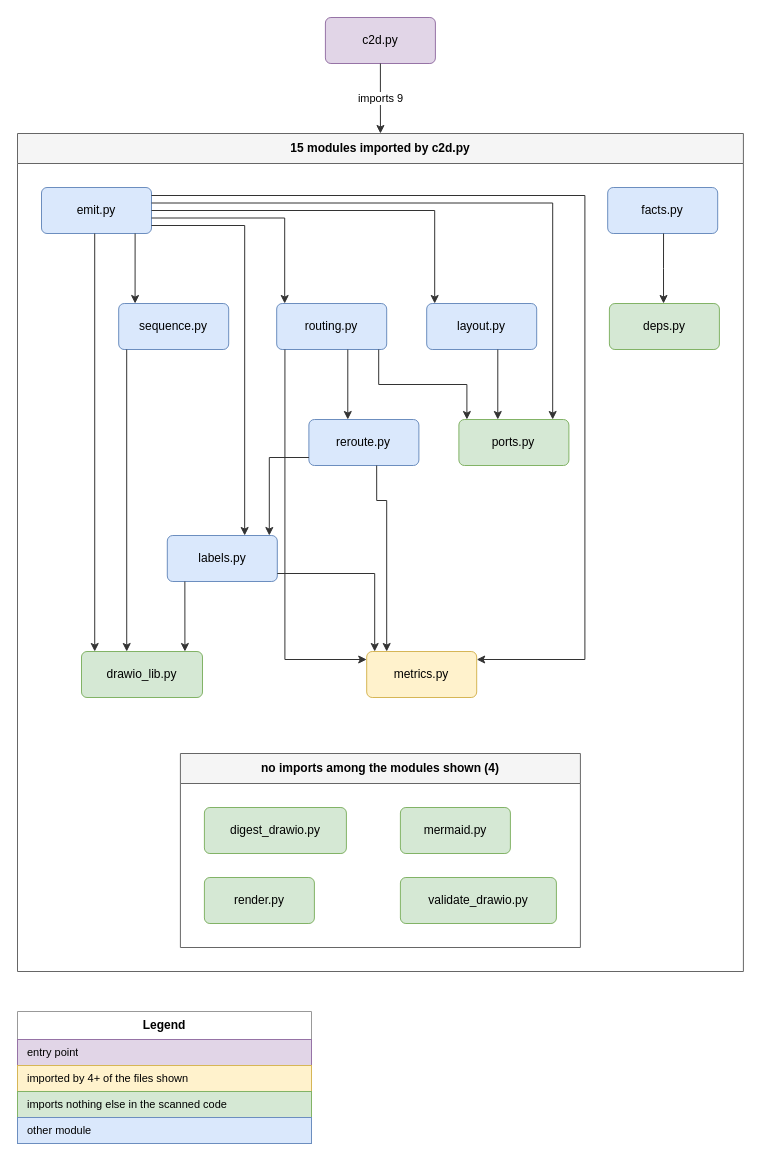
Before: examples/import-graph/import-graph.drawio in AIPris/code-to-diagram, a draw.io diagram. Source tidied: cells renumbered, new cells numbered last; positions are measured from the earlier drawing's top-left corner, leaving out a move shared by most shapes. Both pictures are drawn from the tidied source at 100%, with x=0, y=0 at pixel (17, 17).
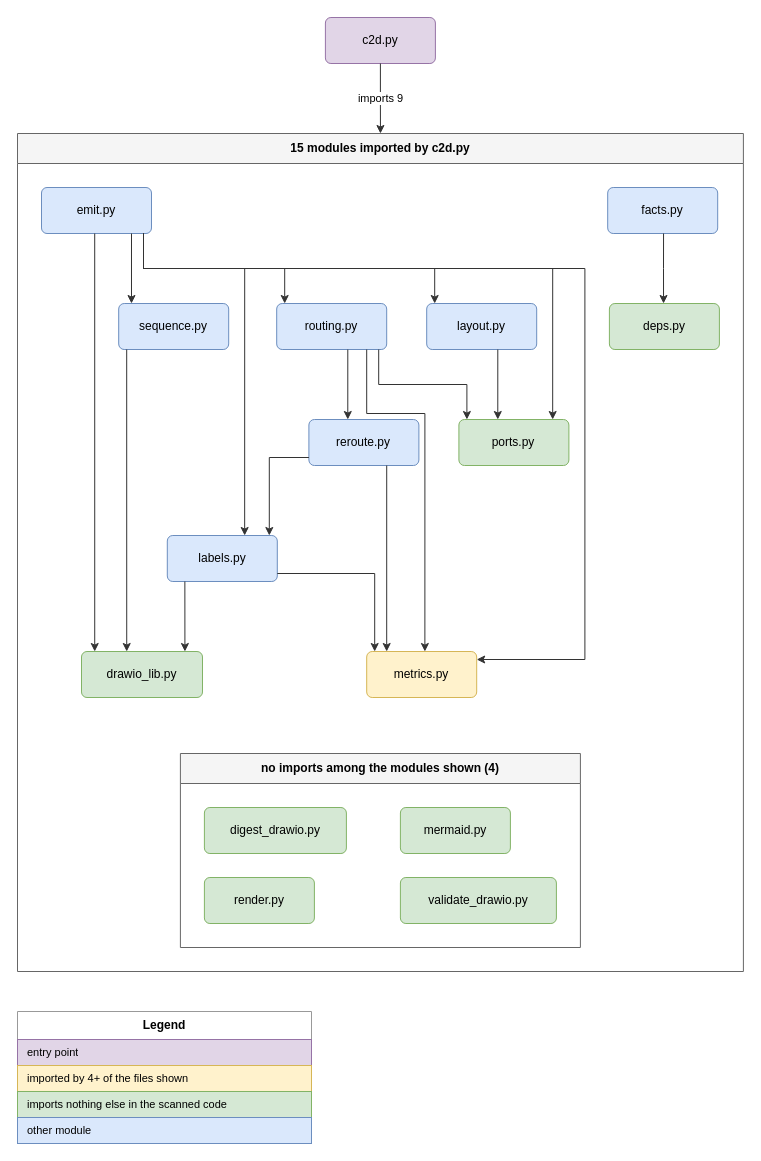
The same diagram, later.

The change refers to these unchanged cells:
```xml
<mxCell id="6" value="emit.py" style="rounded=1;whiteSpace=wrap;html=1;arcSize=12;fillColor=#dae8fc;strokeColor=#6c8ebf;fontSize=12;" parent="2" vertex="1">
  <mxGeometry x="24" y="54" width="110" height="46" as="geometry" />
</mxCell>
<mxCell id="8" value="labels.py" style="rounded=1;whiteSpace=wrap;html=1;arcSize=12;fillColor=#dae8fc;strokeColor=#6c8ebf;fontSize=12;" parent="2" vertex="1">
  <mxGeometry x="149.8" y="402" width="110" height="46" as="geometry" />
</mxCell>
<mxCell id="9" value="layout.py" style="rounded=1;whiteSpace=wrap;html=1;arcSize=12;fillColor=#dae8fc;strokeColor=#6c8ebf;fontSize=12;" parent="2" vertex="1">
  <mxGeometry x="409.2" y="170" width="110" height="46" as="geometry" />
</mxCell>
<mxCell id="10" value="metrics.py" style="rounded=1;whiteSpace=wrap;html=1;arcSize=12;fillColor=#fff2cc;strokeColor=#d6b656;fontSize=12;" parent="2" vertex="1">
  <mxGeometry x="349.2" y="518" width="110" height="46" as="geometry" />
</mxCell>
<mxCell id="11" value="ports.py" style="rounded=1;whiteSpace=wrap;html=1;arcSize=12;fillColor=#d5e8d4;strokeColor=#82b366;fontSize=12;" parent="2" vertex="1">
  <mxGeometry x="441.4" y="286" width="110" height="46" as="geometry" />
</mxCell>
<mxCell id="12" value="reroute.py" style="rounded=1;whiteSpace=wrap;html=1;arcSize=12;fillColor=#dae8fc;strokeColor=#6c8ebf;fontSize=12;" parent="2" vertex="1">
  <mxGeometry x="291.4" y="286" width="110" height="46" as="geometry" />
</mxCell>
<mxCell id="13" value="routing.py" style="rounded=1;whiteSpace=wrap;html=1;arcSize=12;fillColor=#dae8fc;strokeColor=#6c8ebf;fontSize=12;" parent="2" vertex="1">
  <mxGeometry x="259.2" y="170" width="110" height="46" as="geometry" />
</mxCell>
<mxCell id="14" value="sequence.py" style="rounded=1;whiteSpace=wrap;html=1;arcSize=12;fillColor=#dae8fc;strokeColor=#6c8ebf;fontSize=12;" parent="2" vertex="1">
  <mxGeometry x="101.2" y="170" width="110" height="46" as="geometry" />
</mxCell>
```

The edit, as a diff of the source:
```diff
@@
-    <mxCell id="22" style="edgeStyle=orthogonalEdgeStyle;rounded=0;html=1;strokeColor=#333333;fontSize=11;labelBackgroundColor=#ffffff;endArrow=classic;exitX=1.0000;exitY=0.5000;exitDx=0;exitDy=0;entryX=0.0727;entryY=0.0000;entryDx=0;entryDy=0;" parent="1" edge="1" source="6" target="9">
-      <mxGeometry relative="1" as="geometry" />
+    <mxCell id="22" style="edgeStyle=orthogonalEdgeStyle;rounded=0;html=1;strokeColor=#333333;fontSize=11;labelBackgroundColor=#ffffff;endArrow=classic;exitX=0.9273;exitY=1.0000;exitDx=0;exitDy=0;entryX=0.0727;entryY=0.0000;entryDx=0;entryDy=0;" parent="1" edge="1" source="6" target="9">
+      <mxGeometry relative="1" as="geometry">
+        <Array as="points">
+          <mxPoint x="126" y="251" />
+          <mxPoint x="417.2" y="251" />
+        </Array>
+      </mxGeometry>
     </mxCell>
-    <mxCell id="23" style="edgeStyle=orthogonalEdgeStyle;rounded=0;html=1;strokeColor=#333333;fontSize=11;labelBackgroundColor=#ffffff;endArrow=classic;exitX=1.0000;exitY=0.3370;exitDx=0;exitDy=0;entryX=0.8525;entryY=0.0000;entryDx=0;entryDy=0;" parent="1" edge="1" source="6" target="11">
+    <mxCell id="23" style="edgeStyle=orthogonalEdgeStyle;rounded=0;html=1;strokeColor=#333333;fontSize=11;labelBackgroundColor=#ffffff;endArrow=classic;exitX=0.9273;exitY=1.0000;exitDx=0;exitDy=0;entryX=0.8525;entryY=0.0000;entryDx=0;entryDy=0;" parent="1" edge="1" source="6" target="11">
       <mxGeometry relative="1" as="geometry">
         <Array as="points">
-          <mxPoint x="535.2" y="185.5" />
+          <mxPoint x="126" y="251" />
+          <mxPoint x="535.2" y="251" />
         </Array>
       </mxGeometry>
     </mxCell>
-    <mxCell id="24" style="edgeStyle=orthogonalEdgeStyle;rounded=0;html=1;strokeColor=#333333;fontSize=11;labelBackgroundColor=#ffffff;endArrow=classic;exitX=1.0000;exitY=0.6630;exitDx=0;exitDy=0;entryX=0.0727;entryY=0.0000;entryDx=0;entryDy=0;" parent="1" edge="1" source="6" target="13">
-      <mxGeometry relative="1" as="geometry" />
+    <mxCell id="24" style="edgeStyle=orthogonalEdgeStyle;rounded=0;html=1;strokeColor=#333333;fontSize=11;labelBackgroundColor=#ffffff;endArrow=classic;exitX=0.9273;exitY=1.0000;exitDx=0;exitDy=0;entryX=0.0727;entryY=0.0000;entryDx=0;entryDy=0;" parent="1" edge="1" source="6" target="13">
+      <mxGeometry relative="1" as="geometry">
+        <Array as="points">
+          <mxPoint x="126" y="251" />
+          <mxPoint x="267.2" y="251" />
+        </Array>
+      </mxGeometry>
     </mxCell>
-    <mxCell id="25" style="edgeStyle=orthogonalEdgeStyle;rounded=0;html=1;strokeColor=#333333;fontSize=11;labelBackgroundColor=#ffffff;endArrow=classic;exitX=0.8510;exitY=1.0000;exitDx=0;exitDy=0;entryX=0.1490;entryY=0.0000;entryDx=0;entryDy=0;" parent="1" edge="1" source="6" target="14">
+    <mxCell id="25" style="edgeStyle=orthogonalEdgeStyle;rounded=0;html=1;strokeColor=#333333;fontSize=11;labelBackgroundColor=#ffffff;endArrow=classic;exitX=0.8182;exitY=1.0000;exitDx=0;exitDy=0;entryX=0.1163;entryY=0.0000;entryDx=0;entryDy=0;" parent="1" edge="1" source="6" target="14">
       <mxGeometry relative="1" as="geometry" />
     </mxCell>
-    <mxCell id="26" style="edgeStyle=orthogonalEdgeStyle;rounded=0;html=1;strokeColor=#333333;fontSize=11;labelBackgroundColor=#ffffff;endArrow=classic;exitX=1.0000;exitY=0.8261;exitDx=0;exitDy=0;entryX=0.7033;entryY=0.0000;entryDx=0;entryDy=0;" parent="1" edge="1" source="6" target="8">
+    <mxCell id="26" style="edgeStyle=orthogonalEdgeStyle;rounded=0;html=1;strokeColor=#333333;fontSize=11;labelBackgroundColor=#ffffff;endArrow=classic;exitX=0.9273;exitY=1.0000;exitDx=0;exitDy=0;entryX=0.7033;entryY=0.0000;entryDx=0;entryDy=0;" parent="1" edge="1" source="6" target="8">
       <mxGeometry relative="1" as="geometry">
         <Array as="points">
-          <mxPoint x="227.2" y="208" />
+          <mxPoint x="126" y="251" />
+          <mxPoint x="227.2" y="251" />
         </Array>
       </mxGeometry>
     </mxCell>
-    <mxCell id="27" style="edgeStyle=orthogonalEdgeStyle;rounded=0;html=1;strokeColor=#333333;fontSize=11;labelBackgroundColor=#ffffff;endArrow=classic;exitX=1.0000;exitY=0.1739;exitDx=0;exitDy=0;entryX=1.0000;entryY=0.1739;entryDx=0;entryDy=0;" parent="1" edge="1" source="6" target="10">
+    <mxCell id="27" style="edgeStyle=orthogonalEdgeStyle;rounded=0;html=1;strokeColor=#333333;fontSize=11;labelBackgroundColor=#ffffff;endArrow=classic;exitX=0.9273;exitY=1.0000;exitDx=0;exitDy=0;entryX=1.0000;entryY=0.1739;entryDx=0;entryDy=0;" parent="1" edge="1" source="6" target="10">
       <mxGeometry relative="1" as="geometry">
         <Array as="points">
-          <mxPoint x="567.4" y="178" />
+          <mxPoint x="126" y="251" />
+          <mxPoint x="567.4" y="251" />
           <mxPoint x="567.4" y="642" />
         </Array>
       </mxGeometry>
     </mxCell>
@@
-    <mxCell id="33" style="edgeStyle=orthogonalEdgeStyle;rounded=0;html=1;strokeColor=#333333;fontSize=11;labelBackgroundColor=#ffffff;endArrow=classic;exitX=0.6160;exitY=1.0000;exitDx=0;exitDy=0;entryX=0.1818;entryY=0.0000;entryDx=0;entryDy=0;" parent="1" edge="1" source="12" target="10">
-      <mxGeometry relative="1" as="geometry">
-        <Array as="points">
-          <mxPoint x="359.2" y="483" />
-          <mxPoint x="369.2" y="483" />
-        </Array>
-      </mxGeometry>
+    <mxCell id="33" style="edgeStyle=orthogonalEdgeStyle;rounded=0;html=1;strokeColor=#333333;fontSize=11;labelBackgroundColor=#ffffff;endArrow=classic;exitX=0.7074;exitY=1.0000;exitDx=0;exitDy=0;entryX=0.1818;entryY=0.0000;entryDx=0;entryDy=0;" parent="1" edge="1" source="12" target="10">
+      <mxGeometry relative="1" as="geometry" />
     </mxCell>
-    <mxCell id="34" style="edgeStyle=orthogonalEdgeStyle;rounded=0;html=1;strokeColor=#333333;fontSize=11;labelBackgroundColor=#ffffff;endArrow=classic;exitX=0.0748;exitY=1.0000;exitDx=0;exitDy=0;entryX=0.0000;entryY=0.1739;entryDx=0;entryDy=0;" parent="1" edge="1" source="13" target="10">
+    <mxCell id="34" style="edgeStyle=orthogonalEdgeStyle;rounded=0;html=1;strokeColor=#333333;fontSize=11;labelBackgroundColor=#ffffff;endArrow=classic;exitX=0.8182;exitY=1.0000;exitDx=0;exitDy=0;entryX=0.5290;entryY=0.0000;entryDx=0;entryDy=0;" parent="1" edge="1" source="13" target="10">
       <mxGeometry relative="1" as="geometry">
         <Array as="points">
-          <mxPoint x="267.4" y="642" />
+          <mxPoint x="349.2" y="396" />
+          <mxPoint x="407.4" y="396" />
         </Array>
       </mxGeometry>
     </mxCell>
```
